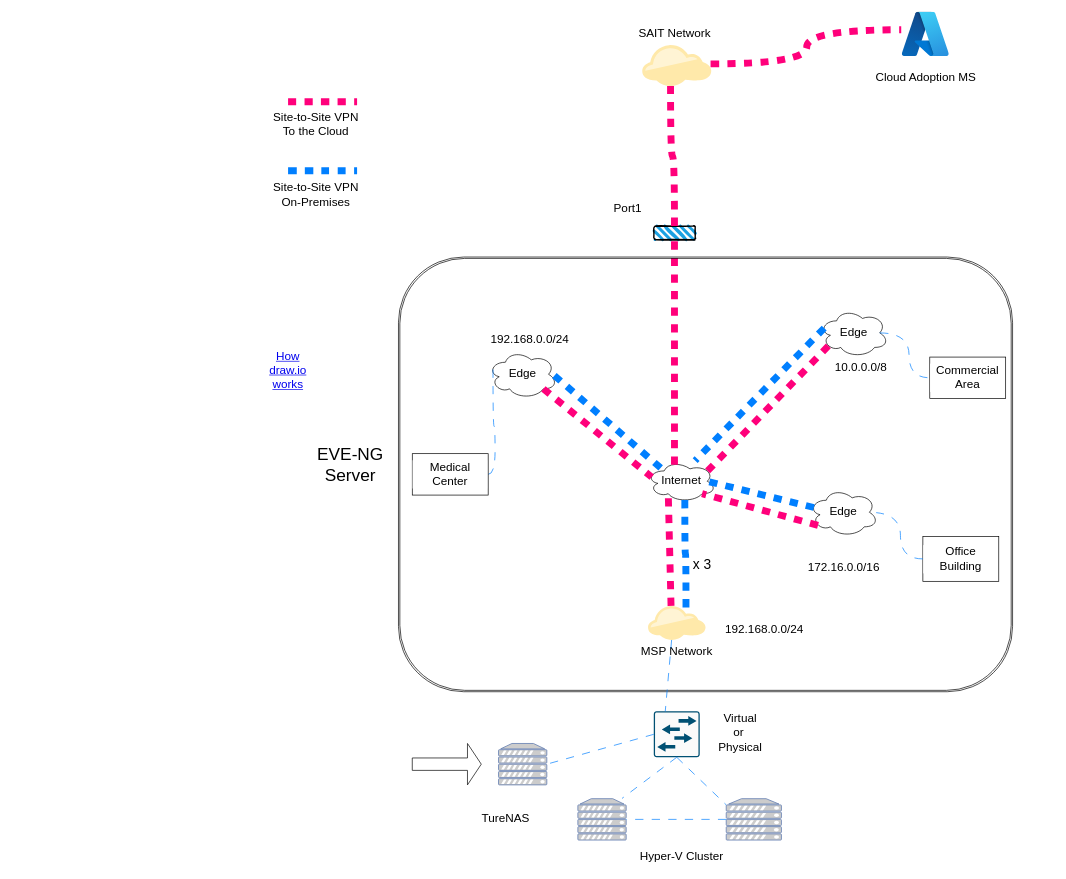
Sohal-03/Draw.io keeps this draw.io diagram as Capstone/Capstone-Network.drawio. Above is the earlier version. Source tidied: cells renumbered, new cells numbered last; positions are measured from the earlier drawing's top-left corner, leaving out a move shared by most shapes. Both pictures are drawn from the tidied source at 69%, with x=0, y=0 at pixel (264, 12).
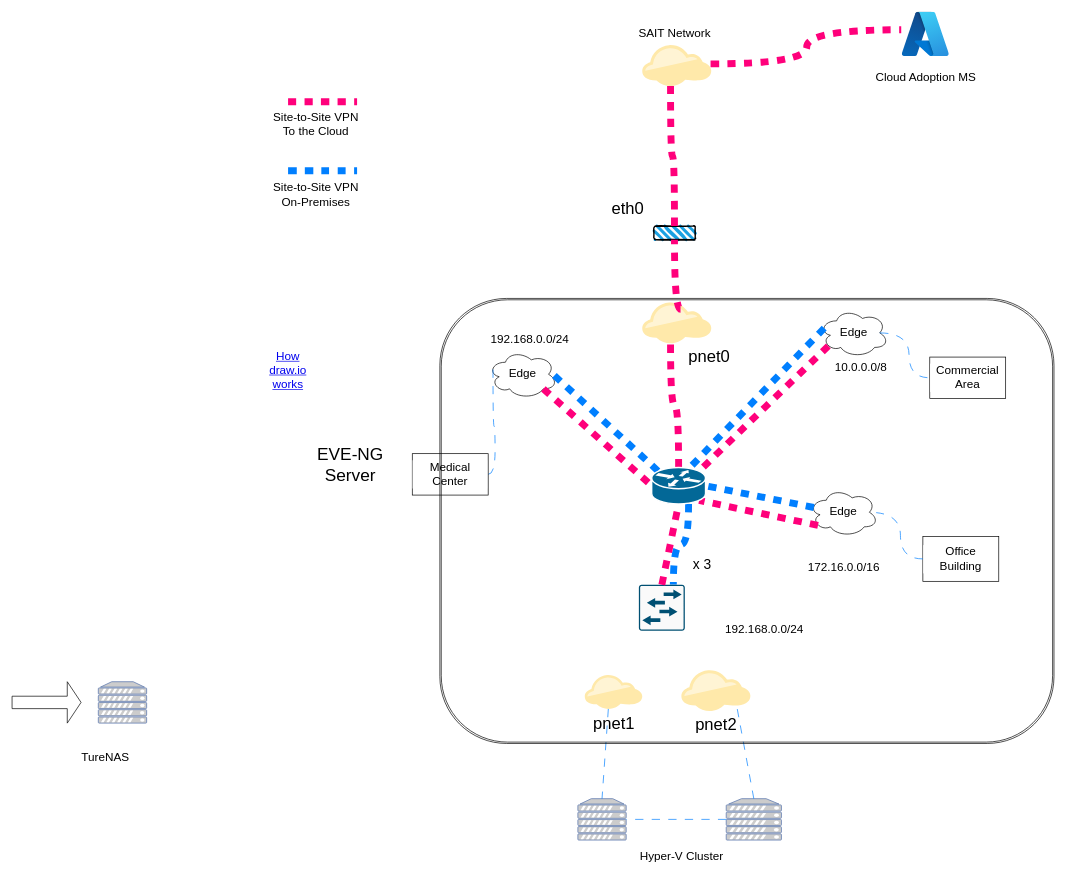
Above is the later version.

Commit message:
Added more detailed EVE-NG topology

Unchanged cells that the change refers to:
```xml
<mxCell id="2" value="&lt;font style=&quot;font-size: 17px;&quot;&gt;Edge&lt;/font&gt;" style="ellipse;shape=cloud;whiteSpace=wrap;html=1;" parent="1" vertex="1">
  <mxGeometry x="325" y="490" width="100" height="70" as="geometry" />
</mxCell>
<mxCell id="3" value="&lt;span style=&quot;font-size: 17px;&quot;&gt;Edge&lt;/span&gt;" style="ellipse;shape=cloud;whiteSpace=wrap;html=1;" parent="1" vertex="1">
  <mxGeometry x="790" y="690" width="100" height="70" as="geometry" />
</mxCell>
<mxCell id="4" value="&lt;font style=&quot;font-size: 17px;&quot;&gt;Edge&lt;/font&gt;" style="ellipse;shape=cloud;whiteSpace=wrap;html=1;" parent="1" vertex="1">
  <mxGeometry x="805" y="430" width="100" height="70" as="geometry" />
</mxCell>
<mxCell id="18" style="fontColor=#0066CC;verticalAlign=top;verticalLabelPosition=bottom;labelPosition=center;align=center;html=1;outlineConnect=0;fillColor=#CCCCCC;strokeColor=#6881B3;gradientColor=none;gradientDirection=north;strokeWidth=2;shape=mxgraph.networks.server;fontFamily=Helvetica;fontSize=11;labelBackgroundColor=default;" parent="1" vertex="1">
  <mxGeometry x="455" y="1140" width="70" height="60" as="geometry" />
</mxCell>
<mxCell id="21" style="fontColor=#0066CC;verticalAlign=top;verticalLabelPosition=bottom;labelPosition=center;align=center;html=1;outlineConnect=0;fillColor=#CCCCCC;strokeColor=#6881B3;gradientColor=none;gradientDirection=north;strokeWidth=2;shape=mxgraph.networks.server;fontFamily=Helvetica;fontSize=11;labelBackgroundColor=default;" parent="1" vertex="1">
  <mxGeometry x="670" y="1140" width="80" height="60" as="geometry" />
</mxCell>
<mxCell id="24" style="rounded=1;whiteSpace=wrap;html=1;strokeWidth=2;fillWeight=4;hachureGap=8;hachureAngle=45;fillColor=#1ba1e2;sketch=1;" parent="1" vertex="1">
  <mxGeometry x="565" y="310" width="60" height="20" as="geometry" />
</mxCell>
```

Diff of the diagram source:
```diff
@@
-    <mxCell id="5" value="&lt;font style=&quot;font-size: 17px;&quot;&gt;Internet&lt;/font&gt;" style="ellipse;shape=cloud;whiteSpace=wrap;html=1;" parent="1" vertex="1">
-      <mxGeometry x="555" y="650" width="100" height="60" as="geometry" />
-    </mxCell>
@@
-    <mxCell id="12" style="shape=filledEdge;rounded=0;fixDash=1;endArrow=none;strokeWidth=10;fillColor=none;html=1;dashed=1;dashPattern=12 12;strokeColor=#007FFF;align=center;verticalAlign=middle;fontFamily=Helvetica;fontSize=11;fontColor=default;labelBackgroundColor=default;flowAnimation=1;exitX=0.07;exitY=0.4;exitDx=0;exitDy=0;exitPerimeter=0;" parent="1" edge="1" source="4">
-      <mxGeometry relative="1" as="geometry">
-        <mxPoint x="625" y="650" as="targetPoint" />
-      </mxGeometry>
+    <mxCell id="12" style="shape=filledEdge;rounded=0;fixDash=1;endArrow=none;strokeWidth=10;fillColor=none;html=1;dashed=1;dashPattern=12 12;strokeColor=#007FFF;align=center;verticalAlign=middle;fontFamily=Helvetica;fontSize=11;fontColor=default;labelBackgroundColor=default;flowAnimation=1;exitX=0.07;exitY=0.4;exitDx=0;exitDy=0;exitPerimeter=0;entryX=0.704;entryY=0.01;entryDx=0;entryDy=0;entryPerimeter=0;" parent="1" edge="1" source="4" target="55">
+      <mxGeometry relative="1" as="geometry" />
     </mxCell>
-    <mxCell id="13" style="shape=filledEdge;rounded=0;fixDash=1;endArrow=none;strokeWidth=10;fillColor=none;html=1;dashed=1;dashPattern=12 12;strokeColor=#007FFF;align=center;verticalAlign=middle;fontFamily=Helvetica;fontSize=11;fontColor=default;labelBackgroundColor=default;flowAnimation=1;exitX=0.96;exitY=0.526;exitDx=0;exitDy=0;exitPerimeter=0;entryX=0.25;entryY=0.25;entryDx=0;entryDy=0;entryPerimeter=0;" parent="1" edge="1" source="2" target="5">
+    <mxCell id="13" style="shape=filledEdge;rounded=0;fixDash=1;endArrow=none;strokeWidth=10;fillColor=none;html=1;dashed=1;dashPattern=12 12;strokeColor=#007FFF;align=center;verticalAlign=middle;fontFamily=Helvetica;fontSize=11;fontColor=default;labelBackgroundColor=default;flowAnimation=1;exitX=0.96;exitY=0.526;exitDx=0;exitDy=0;exitPerimeter=0;entryX=0.12;entryY=0.1;entryDx=0;entryDy=0;entryPerimeter=0;" parent="1" edge="1" source="2" target="55">
       <mxGeometry relative="1" as="geometry" />
     </mxCell>
-    <mxCell id="14" style="shape=filledEdge;rounded=0;fixDash=1;endArrow=none;strokeWidth=10;fillColor=none;html=1;dashed=1;dashPattern=12 12;strokeColor=#007FFF;align=center;verticalAlign=middle;fontFamily=Helvetica;fontSize=11;fontColor=default;labelBackgroundColor=default;flowAnimation=1;entryX=0.875;entryY=0.5;entryDx=0;entryDy=0;entryPerimeter=0;exitX=0.07;exitY=0.4;exitDx=0;exitDy=0;exitPerimeter=0;" parent="1" edge="1" source="3" target="5">
+    <mxCell id="14" style="shape=filledEdge;rounded=0;fixDash=1;endArrow=none;strokeWidth=10;fillColor=none;html=1;dashed=1;dashPattern=12 12;strokeColor=#007FFF;align=center;verticalAlign=middle;fontFamily=Helvetica;fontSize=11;fontColor=default;labelBackgroundColor=default;flowAnimation=1;entryX=1;entryY=0.5;entryDx=0;entryDy=0;entryPerimeter=0;exitX=0.07;exitY=0.4;exitDx=0;exitDy=0;exitPerimeter=0;" parent="1" edge="1" source="3" target="55">
       <mxGeometry relative="1" as="geometry" />
     </mxCell>
-    <mxCell id="15" style="curved=1;rounded=0;fixDash=1;endArrow=none;strokeWidth=10;fillColor=none;edgeStyle=orthogonalEdgeStyle;html=1;strokeColor=#ff007b;align=center;verticalAlign=middle;fontFamily=Helvetica;fontSize=11;fontColor=default;labelBackgroundColor=default;flowAnimation=1;exitX=0.4;exitY=0.1;exitDx=0;exitDy=0;exitPerimeter=0;entryX=0.5;entryY=1;entryDx=0;entryDy=0;dashed=1;dashPattern=12 12;" parent="1" edge="1" source="5" target="24">
+    <mxCell id="15" style="curved=1;rounded=0;fixDash=1;endArrow=none;strokeWidth=10;fillColor=none;edgeStyle=orthogonalEdgeStyle;html=1;strokeColor=#ff007b;align=center;verticalAlign=middle;fontFamily=Helvetica;fontSize=11;fontColor=default;labelBackgroundColor=default;flowAnimation=1;exitX=0.5;exitY=0;exitDx=0;exitDy=0;exitPerimeter=0;dashed=1;dashPattern=12 12;entryX=0.41;entryY=1;entryDx=0;entryDy=0;entryPerimeter=0;" parent="1" edge="1" source="55" target="56">
       <mxGeometry relative="1" as="geometry" />
     </mxCell>
@@
-    <mxCell id="17" value="&lt;font style=&quot;font-size: 17px;&quot;&gt;MSP Network&lt;/font&gt;" style="points=[[0,0.64,0],[0.2,0.15,0],[0.4,0.01,0],[0.79,0.25,0],[1,0.65,0],[0.8,0.86,0],[0.41,1,0],[0.16,0.86,0]];verticalLabelPosition=bottom;sketch=0;html=1;verticalAlign=top;align=center;shape=mxgraph.cisco19.cloud2;fillColor=#FFE9AA;strokeColor=none;fontFamily=Helvetica;fontSize=11;fontColor=default;labelBackgroundColor=default;" parent="1" vertex="1">
-      <mxGeometry x="556.7" y="860" width="83.3" height="50" as="geometry" />
+    <mxCell id="17" value="&lt;font style=&quot;font-size: 24px;&quot;&gt;pnet1&lt;/font&gt;" style="points=[[0,0.64,0],[0.2,0.15,0],[0.4,0.01,0],[0.79,0.25,0],[1,0.65,0],[0.8,0.86,0],[0.41,1,0],[0.16,0.86,0]];verticalLabelPosition=bottom;sketch=0;html=1;verticalAlign=top;align=center;shape=mxgraph.cisco19.cloud2;fillColor=#FFE9AA;strokeColor=none;fontFamily=Helvetica;fontSize=11;fontColor=default;labelBackgroundColor=default;" parent="1" vertex="1">
+      <mxGeometry x="465" y="960" width="83.3" height="50" as="geometry" />
     </mxCell>
@@
-    <mxCell id="23" style="shape=ext;double=1;rounded=1;whiteSpace=wrap;html=1;fillColor=none;strokeColor=default;glass=1;shadow=0;" parent="1" vertex="1">
-      <mxGeometry x="195" y="355" width="890" height="630" as="geometry" />
-    </mxCell>
@@
-    <mxCell id="25" value="&lt;font style=&quot;font-size: 17px;&quot;&gt;Port1&lt;/font&gt;" style="text;html=1;align=center;verticalAlign=middle;strokeColor=none;fillColor=none;" parent="1" vertex="1">
-      <mxGeometry x="496.7" y="270" width="60" height="30" as="geometry" />
+    <mxCell id="25" value="&lt;font style=&quot;font-size: 24px;&quot;&gt;eth0&lt;/font&gt;" style="text;html=1;align=center;verticalAlign=middle;strokeColor=none;fillColor=none;" parent="1" vertex="1">
+      <mxGeometry x="491.7" y="265" width="70" height="40" as="geometry" />
     </mxCell>
-    <mxCell id="26" style="shape=filledEdge;rounded=0;fixDash=1;endArrow=none;strokeWidth=10;fillColor=none;html=1;dashed=1;dashPattern=12 12;strokeColor=#007FFF;align=center;verticalAlign=middle;fontFamily=Helvetica;fontSize=11;fontColor=default;labelBackgroundColor=default;flowAnimation=1;exitX=0.55;exitY=0.95;exitDx=0;exitDy=0;exitPerimeter=0;entryX=0.66;entryY=0.113;entryDx=0;entryDy=0;entryPerimeter=0;edgeStyle=orthogonalEdgeStyle;elbow=vertical;curved=1;" parent="1" edge="1" source="5" target="17">
+    <mxCell id="26" style="shape=filledEdge;rounded=0;fixDash=1;endArrow=none;strokeWidth=10;fillColor=none;html=1;dashed=1;dashPattern=12 12;strokeColor=#007FFF;align=center;verticalAlign=middle;fontFamily=Helvetica;fontSize=11;fontColor=default;labelBackgroundColor=default;flowAnimation=1;entryX=0.75;entryY=0;entryDx=0;entryDy=0;entryPerimeter=0;edgeStyle=orthogonalEdgeStyle;elbow=vertical;curved=1;exitX=0.685;exitY=0.998;exitDx=0;exitDy=0;exitPerimeter=0;" parent="1" edge="1" source="55" target="27">
       <mxGeometry relative="1" as="geometry" />
     </mxCell>
     <mxCell id="27" style="sketch=0;points=[[0.015,0.015,0],[0.985,0.015,0],[0.985,0.985,0],[0.015,0.985,0],[0.25,0,0],[0.5,0,0],[0.75,0,0],[1,0.25,0],[1,0.5,0],[1,0.75,0],[0.75,1,0],[0.5,1,0],[0.25,1,0],[0,0.75,0],[0,0.5,0],[0,0.25,0]];verticalLabelPosition=bottom;html=1;verticalAlign=top;align=center;shape=mxgraph.cisco19.rect;prIcon=l2_switch;fillColor=#FAFAFA;strokeColor=#005073;" parent="1" vertex="1">
-      <mxGeometry x="565" y="1013.4" width="66.6" height="66.6" as="geometry" />
+      <mxGeometry x="543.4" y="830" width="66.6" height="66.6" as="geometry" />
     </mxCell>
-    <mxCell id="28" style="endArrow=none;html=1;rounded=0;exitX=0.41;exitY=1;exitDx=0;exitDy=0;exitPerimeter=0;strokeColor=#007FFF;dashed=1;flowAnimation=1;dashPattern=12 12;strokeWidth=1;shadow=0;entryX=0.25;entryY=0;entryDx=0;entryDy=0;entryPerimeter=0;" parent="1" edge="1" source="17" target="27">
-      <mxGeometry relative="1" as="geometry" />
-    </mxCell>
@@
-    <mxCell id="30" style="endArrow=none;html=1;rounded=0;exitX=0.5;exitY=1;exitDx=0;exitDy=0;exitPerimeter=0;entryX=0.914;entryY=-0.006;entryDx=0;entryDy=0;entryPerimeter=0;strokeColor=#007FFF;dashed=1;flowAnimation=1;dashPattern=12 12;strokeWidth=1;shadow=0;" parent="1" edge="1" source="27" target="18">
-      <mxGeometry relative="1" as="geometry" />
-    </mxCell>
-    <mxCell id="31" style="endArrow=none;html=1;rounded=0;exitX=0.5;exitY=1;exitDx=0;exitDy=0;exitPerimeter=0;entryX=0;entryY=0.15;entryDx=0;entryDy=0;entryPerimeter=0;strokeColor=#007FFF;dashed=1;flowAnimation=1;dashPattern=12 12;strokeWidth=1;shadow=0;" parent="1" edge="1" source="27" target="21">
-      <mxGeometry relative="1" as="geometry" />
-    </mxCell>
-    <mxCell id="32" value="&lt;font style=&quot;font-size: 17px;&quot;&gt;Virtual&lt;/font&gt;&lt;div style=&quot;font-size: 17px;&quot;&gt;&lt;font style=&quot;font-size: 17px;&quot;&gt;or&amp;nbsp;&lt;/font&gt;&lt;/div&gt;&lt;div style=&quot;font-size: 17px;&quot;&gt;&lt;font style=&quot;font-size: 17px;&quot;&gt;Physical&lt;/font&gt;&lt;/div&gt;" style="text;html=1;align=center;verticalAlign=middle;strokeColor=none;fillColor=none;" parent="1" vertex="1">
-      <mxGeometry x="645" y="1010" width="90" height="70" as="geometry" />
-    </mxCell>
@@
-    <mxCell id="40" style="shape=filledEdge;rounded=0;fixDash=1;endArrow=none;strokeWidth=10;fillColor=none;html=1;dashed=1;dashPattern=12 12;strokeColor=#ff007b;align=center;verticalAlign=middle;fontFamily=Helvetica;fontSize=11;fontColor=default;labelBackgroundColor=default;flowAnimation=1;entryX=0.07;entryY=0.4;entryDx=0;entryDy=0;entryPerimeter=0;exitX=0.8;exitY=0.8;exitDx=0;exitDy=0;exitPerimeter=0;" parent="1" edge="1" source="2" target="5">
+    <mxCell id="40" style="shape=filledEdge;rounded=0;fixDash=1;endArrow=none;strokeWidth=10;fillColor=none;html=1;dashed=1;dashPattern=12 12;strokeColor=#ff007b;align=center;verticalAlign=middle;fontFamily=Helvetica;fontSize=11;fontColor=default;labelBackgroundColor=default;flowAnimation=1;entryX=0;entryY=0.5;entryDx=0;entryDy=0;entryPerimeter=0;exitX=0.8;exitY=0.8;exitDx=0;exitDy=0;exitPerimeter=0;" parent="1" edge="1" source="2" target="55">
       <mxGeometry relative="1" as="geometry" />
     </mxCell>
-    <mxCell id="41" style="shape=filledEdge;rounded=0;fixDash=1;endArrow=none;strokeWidth=10;fillColor=none;html=1;dashed=1;dashPattern=12 12;strokeColor=#ff007b;align=center;verticalAlign=middle;fontFamily=Helvetica;fontSize=11;fontColor=default;labelBackgroundColor=default;flowAnimation=1;entryX=0.88;entryY=0.25;entryDx=0;entryDy=0;entryPerimeter=0;exitX=0.13;exitY=0.77;exitDx=0;exitDy=0;exitPerimeter=0;" parent="1" edge="1" source="4" target="5">
+    <mxCell id="41" style="shape=filledEdge;rounded=0;fixDash=1;endArrow=none;strokeWidth=10;fillColor=none;html=1;dashed=1;dashPattern=12 12;strokeColor=#ff007b;align=center;verticalAlign=middle;fontFamily=Helvetica;fontSize=11;fontColor=default;labelBackgroundColor=default;flowAnimation=1;entryX=0.88;entryY=0.1;entryDx=0;entryDy=0;entryPerimeter=0;exitX=0.13;exitY=0.77;exitDx=0;exitDy=0;exitPerimeter=0;" parent="1" edge="1" source="4" target="55">
       <mxGeometry relative="1" as="geometry" />
     </mxCell>
-    <mxCell id="42" style="shape=filledEdge;rounded=0;fixDash=1;endArrow=none;strokeWidth=10;fillColor=none;html=1;dashed=1;dashPattern=12 12;strokeColor=#ff007b;align=center;verticalAlign=middle;fontFamily=Helvetica;fontSize=11;fontColor=default;labelBackgroundColor=default;flowAnimation=1;entryX=0.8;entryY=0.8;entryDx=0;entryDy=0;entryPerimeter=0;exitX=0.13;exitY=0.77;exitDx=0;exitDy=0;exitPerimeter=0;" parent="1" edge="1" source="3" target="5">
+    <mxCell id="42" style="shape=filledEdge;rounded=0;fixDash=1;endArrow=none;strokeWidth=10;fillColor=none;html=1;dashed=1;dashPattern=12 12;strokeColor=#ff007b;align=center;verticalAlign=middle;fontFamily=Helvetica;fontSize=11;fontColor=default;labelBackgroundColor=default;flowAnimation=1;entryX=0.88;entryY=0.9;entryDx=0;entryDy=0;entryPerimeter=0;exitX=0.13;exitY=0.77;exitDx=0;exitDy=0;exitPerimeter=0;" parent="1" edge="1" source="3" target="55">
       <mxGeometry relative="1" as="geometry" />
     </mxCell>
-    <mxCell id="43" style="shape=filledEdge;rounded=0;fixDash=1;endArrow=none;strokeWidth=10;fillColor=none;html=1;dashed=1;dashPattern=12 12;strokeColor=#ff007b;align=center;verticalAlign=middle;fontFamily=Helvetica;fontSize=11;fontColor=default;labelBackgroundColor=default;flowAnimation=1;entryX=0.31;entryY=0.8;entryDx=0;entryDy=0;entryPerimeter=0;exitX=0.4;exitY=0.01;exitDx=0;exitDy=0;exitPerimeter=0;" parent="1" edge="1" source="17" target="5">
+    <mxCell id="43" style="shape=filledEdge;rounded=0;fixDash=1;endArrow=none;strokeWidth=10;fillColor=none;html=1;dashed=1;dashPattern=12 12;strokeColor=#ff007b;align=center;verticalAlign=middle;fontFamily=Helvetica;fontSize=11;fontColor=default;labelBackgroundColor=default;flowAnimation=1;exitX=0.5;exitY=0;exitDx=0;exitDy=0;exitPerimeter=0;entryX=0.5;entryY=1;entryDx=0;entryDy=0;entryPerimeter=0;" parent="1" edge="1" source="27" target="55">
       <mxGeometry relative="1" as="geometry" />
     </mxCell>
@@
     <mxCell id="50" style="fontColor=#0066CC;verticalAlign=top;verticalLabelPosition=bottom;labelPosition=center;align=center;html=1;outlineConnect=0;fillColor=#CCCCCC;strokeColor=#6881B3;gradientColor=none;gradientDirection=north;strokeWidth=2;shape=mxgraph.networks.server;fontFamily=Helvetica;fontSize=11;labelBackgroundColor=default;" parent="1" vertex="1">
-      <mxGeometry x="340" y="1060" width="70" height="60" as="geometry" />
+      <mxGeometry x="-240" y="970.5" width="70" height="60" as="geometry" />
     </mxCell>
-    <mxCell id="51" style="endArrow=none;html=1;rounded=0;exitX=0;exitY=0.5;exitDx=0;exitDy=0;exitPerimeter=0;entryX=1;entryY=0.5;entryDx=0;entryDy=0;entryPerimeter=0;strokeColor=#007FFF;dashed=1;flowAnimation=1;dashPattern=12 12;strokeWidth=1;shadow=0;" parent="1" edge="1" source="27" target="50">
-      <mxGeometry relative="1" as="geometry" />
-    </mxCell>
     <mxCell id="52" value="&lt;font style=&quot;font-size: 17px;&quot;&gt;TureNAS&lt;/font&gt;" style="text;html=1;align=center;verticalAlign=middle;strokeColor=none;fillColor=none;" parent="1" vertex="1">
-      <mxGeometry x="305" y="1155" width="90" height="30" as="geometry" />
+      <mxGeometry x="-275" y="1065.5" width="90" height="30" as="geometry" />
     </mxCell>
@@
     <mxCell id="54" style="shape=singleArrow;whiteSpace=wrap;html=1;" parent="1" vertex="1">
-      <mxGeometry x="215" y="1060" width="100" height="60" as="geometry" />
+      <mxGeometry x="-365" y="970.5" width="100" height="60" as="geometry" />
     </mxCell>
+    <mxCell id="55" style="shape=mxgraph.cisco.routers.router;sketch=0;html=1;dashed=0;fillColor=#036897;strokeColor=#ffffff;strokeWidth=2;verticalLabelPosition=bottom;verticalAlign=top;align=center;outlineConnect=0;" parent="1" vertex="1">
+      <mxGeometry x="562" y="660" width="78" height="53" as="geometry" />
+    </mxCell>
+    <mxCell id="56" style="points=[[0,0.64,0],[0.2,0.15,0],[0.4,0.01,0],[0.79,0.25,0],[1,0.65,0],[0.8,0.86,0],[0.41,1,0],[0.16,0.86,0]];verticalLabelPosition=bottom;sketch=0;html=1;verticalAlign=top;align=center;shape=mxgraph.cisco19.cloud2;fillColor=#FFE9AA;strokeColor=none;" parent="1" vertex="1">
+      <mxGeometry x="548.3" y="420" width="100" height="60" as="geometry" />
+    </mxCell>
+    <mxCell id="57" style="shape=filledEdge;curved=1;rounded=0;fixDash=1;endArrow=none;strokeWidth=10;fillColor=none;edgeStyle=orthogonalEdgeStyle;html=1;dashed=1;dashPattern=12 12;strokeColor=#ff007b;align=center;verticalAlign=middle;fontFamily=Helvetica;fontSize=11;fontColor=default;labelBackgroundColor=default;flowAnimation=1;entryX=0.5;entryY=1;entryDx=0;entryDy=0;exitX=0.555;exitY=0.179;exitDx=0;exitDy=0;exitPerimeter=0;" parent="1" edge="1" source="56" target="24">
+      <mxGeometry relative="1" as="geometry">
+        <Array as="points">
+          <mxPoint x="595" y="430" />
+        </Array>
+      </mxGeometry>
+    </mxCell>
+    <mxCell id="58" value="&lt;font style=&quot;font-size: 24px;&quot;&gt;pnet0&lt;/font&gt;" style="text;html=1;align=center;verticalAlign=middle;strokeColor=none;fillColor=none;" parent="1" vertex="1">
+      <mxGeometry x="605" y="480" width="80" height="40" as="geometry" />
+    </mxCell>
+    <mxCell id="59" style="points=[[0,0.64,0],[0.2,0.15,0],[0.4,0.01,0],[0.79,0.25,0],[1,0.65,0],[0.8,0.86,0],[0.41,1,0],[0.16,0.86,0]];verticalLabelPosition=bottom;sketch=0;html=1;verticalAlign=top;align=center;shape=mxgraph.cisco19.cloud2;fillColor=#FFE9AA;strokeColor=none;" parent="1" vertex="1">
+      <mxGeometry x="605" y="953" width="100" height="60" as="geometry" />
+    </mxCell>
+    <mxCell id="60" value="&lt;font style=&quot;font-size: 24px;&quot;&gt;pnet2&lt;/font&gt;" style="text;html=1;align=center;verticalAlign=middle;strokeColor=none;fillColor=none;" parent="1" vertex="1">
+      <mxGeometry x="615" y="1013" width="80" height="40" as="geometry" />
+    </mxCell>
+    <mxCell id="61" style="endArrow=none;html=1;rounded=0;exitX=0.5;exitY=0;exitDx=0;exitDy=0;exitPerimeter=0;strokeColor=#007FFF;dashed=1;flowAnimation=1;dashPattern=12 12;strokeWidth=1;shadow=0;entryX=0.8;entryY=0.86;entryDx=0;entryDy=0;entryPerimeter=0;" parent="1" edge="1" source="21" target="59">
+      <mxGeometry relative="1" as="geometry" />
+    </mxCell>
+    <mxCell id="62" style="endArrow=none;html=1;rounded=0;strokeColor=#007FFF;dashed=1;flowAnimation=1;dashPattern=12 12;strokeWidth=1;shadow=0;entryX=0.5;entryY=0;entryDx=0;entryDy=0;entryPerimeter=0;exitX=0.41;exitY=1;exitDx=0;exitDy=0;exitPerimeter=0;" parent="1" edge="1" source="17" target="18">
+      <mxGeometry relative="1" as="geometry" />
+    </mxCell>
+    <mxCell id="63" style="shape=ext;double=1;rounded=1;whiteSpace=wrap;html=1;fillColor=none;strokeColor=default;glass=1;shadow=0;" parent="1" vertex="1">
+      <mxGeometry x="255" y="415" width="890" height="645" as="geometry" />
+    </mxCell>
```
